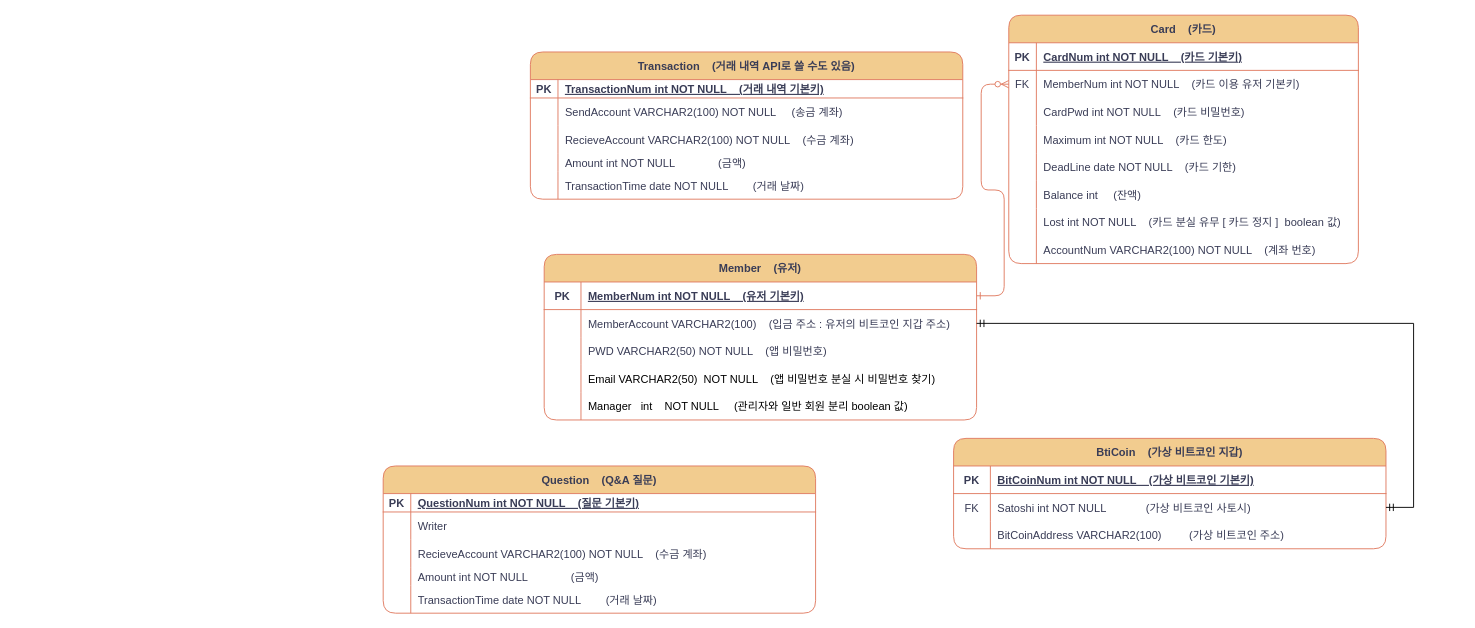
The draw.io diagram 제목 없는 다이어그램.drawio in jooooooowon/sinhan, before the edit. Source tidied: cells renumbered, new cells numbered last; positions are measured from the earlier drawing's top-left corner, leaving out a move shared by most shapes. Both pictures are drawn from the tidied source at 92%, with x=0, y=0 at pixel (383, 15).
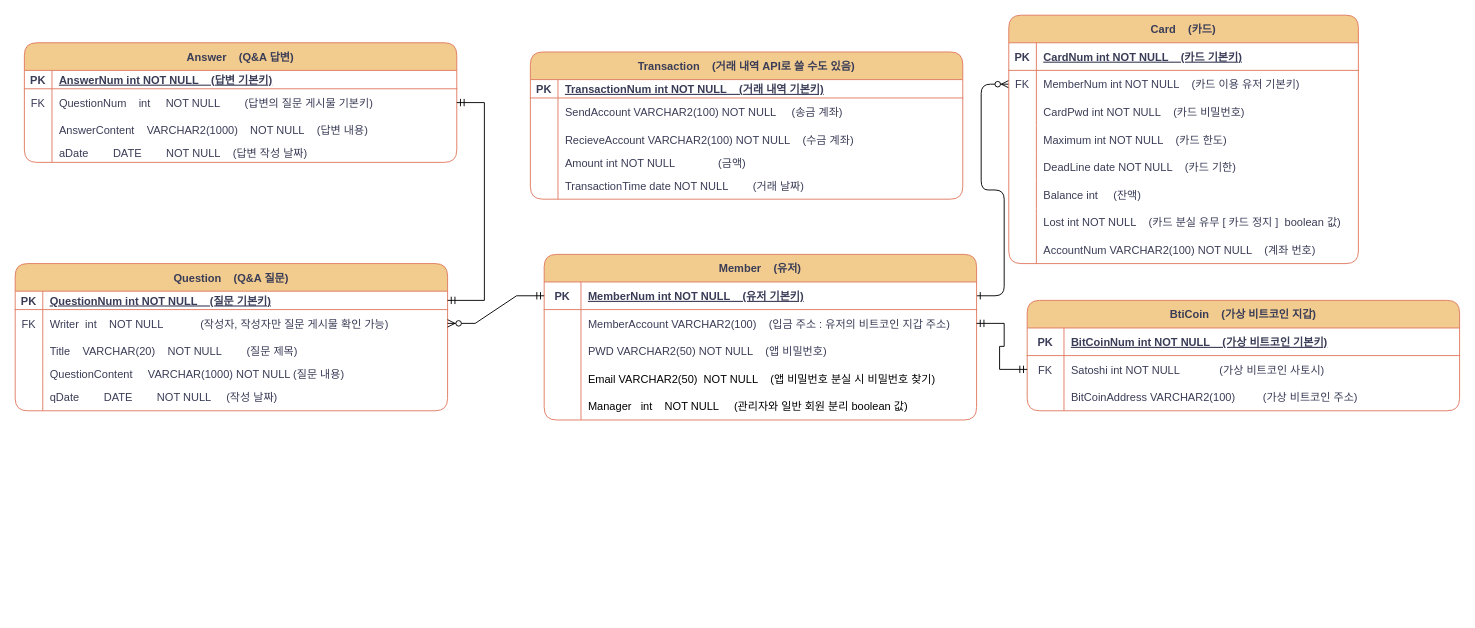
The same diagram, later.

Commit message:
신한은행 해커톤

The change refers to these unchanged cells:
```xml
<mxCell id="7" style="shape=partialRectangle;fillColor=none;points=[[0,0.5],[1,0.5]];portConstraint=eastwest;top=0;left=0;right=0;bottom=0;labelBackgroundColor=none;strokeColor=#E07A5F;fontColor=#393C56;rounded=1;" parent="3" vertex="1">
  <mxGeometry y="60" width="380" height="30" as="geometry" />
</mxCell>
<mxCell id="45" style="shape=partialRectangle;fillColor=none;points=[[0,0.5],[1,0.5]];portConstraint=eastwest;top=0;left=0;right=0;bottom=1;labelBackgroundColor=none;strokeColor=#E07A5F;fontColor=#393C56;rounded=1;" parent="44" vertex="1">
  <mxGeometry y="30" width="470" height="30" as="geometry" />
</mxCell>
<mxCell id="72" style="shape=partialRectangle;fillColor=none;points=[[0,0.5],[1,0.5]];portConstraint=eastwest;top=0;left=0;right=0;bottom=1;labelBackgroundColor=none;strokeColor=#E07A5F;fontColor=#393C56;rounded=1;" parent="71" vertex="1">
  <mxGeometry y="30" width="470" height="20" as="geometry" />
</mxCell>
<mxCell id="75" style="shape=partialRectangle;fillColor=none;points=[[0,0.5],[1,0.5]];portConstraint=eastwest;top=0;left=0;right=0;bottom=0;labelBackgroundColor=none;strokeColor=#E07A5F;fontColor=#393C56;rounded=1;" parent="71" vertex="1">
  <mxGeometry y="50" width="470" height="30" as="geometry" />
</mxCell>
<mxCell id="78" style="shape=partialRectangle;fillColor=none;top=0;left=0;right=0;bottom=0;labelBackgroundColor=none;strokeColor=#E07A5F;fontColor=#393C56;rounded=1;" parent="71" vertex="1">
  <mxGeometry y="80" width="470" height="30" as="geometry" />
</mxCell>
<mxCell id="81" style="shape=tableRow;horizontal=0;startSize=0;swimlaneHead=0;swimlaneBody=0;fillColor=none;top=0;left=0;right=0;bottom=0;labelBackgroundColor=none;strokeColor=#E07A5F;fontColor=#393C56;rounded=1;" parent="71" vertex="1">
  <mxGeometry y="110" width="470" height="20" as="geometry" />
</mxCell>
<mxCell id="84" style="shape=tableRow;horizontal=0;startSize=0;swimlaneHead=0;swimlaneBody=0;fillColor=none;top=0;left=0;right=0;bottom=0;labelBackgroundColor=none;strokeColor=#E07A5F;fontColor=#393C56;rounded=1;" parent="71" vertex="1">
  <mxGeometry y="130" width="470" height="30" as="geometry" />
</mxCell>
```

What changed in the source:
```diff
@@
-    <mxCell id="2" style="edgeStyle=entityRelationEdgeStyle;endArrow=ERzeroToMany;startArrow=ERone;endFill=1;startFill=0;labelBackgroundColor=none;strokeColor=#E07A5F;fontColor=default;" parent="1" edge="1" source="45" target="7">
+    <mxCell id="2" style="edgeStyle=entityRelationEdgeStyle;endArrow=ERzeroToMany;startArrow=ERone;endFill=1;startFill=0;labelBackgroundColor=none;strokeColor=#000000;fontColor=default;" parent="1" edge="1" source="45" target="7">
       <mxGeometry relative="1" as="geometry" />
     </mxCell>
@@
     <mxCell id="60" value="BtiCoin    (가상 비트코인 지갑)" style="shape=table;startSize=30;childLayout=tableLayout;rowLines=0;fontStyle=1;align=center;labelBackgroundColor=none;fillColor=#F2CC8F;strokeColor=#E07A5F;fontColor=#393C56;rounded=1;" parent="1" vertex="1">
-      <mxGeometry x="620" y="460" width="470" height="120" as="geometry" />
+      <mxGeometry x="700" y="310" width="470" height="120" as="geometry" />
     </mxCell>
@@
     <mxCell id="71" value="Question    (Q&amp;A 질문)" style="shape=table;startSize=30;childLayout=tableLayout;rowLines=0;fontStyle=1;align=center;labelBackgroundColor=none;fillColor=#F2CC8F;strokeColor=#E07A5F;fontColor=#393C56;rounded=1;" parent="1" vertex="1">
-      <mxGeometry y="490" width="470" height="160" as="geometry" />
+      <mxGeometry x="-400" y="270" width="470" height="160" as="geometry" />
     </mxCell>
@@
-    <mxCell id="76" style="shape=partialRectangle;overflow=hidden;fillColor=none;top=0;left=0;bottom=0;right=0;labelBackgroundColor=none;strokeColor=#E07A5F;fontColor=#393C56;rounded=1;" parent="75" vertex="1">
+    <mxCell id="76" value="FK" style="shape=partialRectangle;overflow=hidden;fillColor=none;top=0;left=0;bottom=0;right=0;labelBackgroundColor=none;strokeColor=#E07A5F;fontColor=#393C56;rounded=1;" parent="75" vertex="1">
       <mxGeometry width="30" height="30" as="geometry" />
     </mxCell>
-    <mxCell id="77" value="Writer" style="shape=partialRectangle;overflow=hidden;fillColor=none;top=0;left=0;bottom=0;right=0;align=left;spacingLeft=6;labelBackgroundColor=none;strokeColor=#E07A5F;fontColor=#393C56;rounded=1;" parent="75" vertex="1">
+    <mxCell id="77" value="Writer  int    NOT NULL            (작성자, 작성자만 질문 게시물 확인 가능)" style="shape=partialRectangle;overflow=hidden;fillColor=none;top=0;left=0;bottom=0;right=0;align=left;spacingLeft=6;labelBackgroundColor=none;strokeColor=#E07A5F;fontColor=#393C56;rounded=1;" parent="75" vertex="1">
       <mxGeometry x="30" width="440" height="30" as="geometry" />
     </mxCell>
@@
-    <mxCell id="80" value="RecieveAccount VARCHAR2(100) NOT NULL    (수금 계좌)" style="shape=partialRectangle;overflow=hidden;fillColor=none;top=0;left=0;bottom=0;right=0;align=left;spacingLeft=6;labelBackgroundColor=none;strokeColor=#E07A5F;fontColor=#393C56;rounded=1;" parent="78" vertex="1">
+    <mxCell id="80" value="Title    VARCHAR(20)    NOT NULL        (질문 제목)" style="shape=partialRectangle;overflow=hidden;fillColor=none;top=0;left=0;bottom=0;right=0;align=left;spacingLeft=6;labelBackgroundColor=none;strokeColor=#E07A5F;fontColor=#393C56;rounded=1;" parent="78" vertex="1">
       <mxGeometry x="30" width="440" height="30" as="geometry" />
     </mxCell>
@@
-    <mxCell id="83" value="Amount int NOT NULL              (금액)" style="shape=partialRectangle;fillColor=none;top=0;left=0;bottom=0;right=0;align=left;spacingLeft=6;overflow=hidden;labelBackgroundColor=none;strokeColor=#E07A5F;fontColor=#393C56;rounded=1;" parent="81" vertex="1">
+    <mxCell id="83" value="QuestionContent     VARCHAR(1000) NOT NULL (질문 내용)" style="shape=partialRectangle;fillColor=none;top=0;left=0;bottom=0;right=0;align=left;spacingLeft=6;overflow=hidden;labelBackgroundColor=none;strokeColor=#E07A5F;fontColor=#393C56;rounded=1;" parent="81" vertex="1">
       <mxGeometry x="30" width="440" height="20" as="geometry" />
     </mxCell>
@@
-    <mxCell id="86" value="TransactionTime date NOT NULL        (거래 날짜)" style="shape=partialRectangle;fillColor=none;top=0;left=0;bottom=0;right=0;align=left;spacingLeft=6;overflow=hidden;labelBackgroundColor=none;strokeColor=#E07A5F;fontColor=#393C56;rounded=1;" parent="84" vertex="1">
+    <mxCell id="86" value="qDate        DATE        NOT NULL     (작성 날짜)" style="shape=partialRectangle;fillColor=none;top=0;left=0;bottom=0;right=0;align=left;spacingLeft=6;overflow=hidden;labelBackgroundColor=none;strokeColor=#E07A5F;fontColor=#393C56;rounded=1;" parent="84" vertex="1">
       <mxGeometry x="30" width="440" height="30" as="geometry" />
     </mxCell>
+    <mxCell id="87" style="edgeStyle=entityRelationEdgeStyle;fontSize=12;html=1;endArrow=ERzeroToMany;startArrow=ERmandOne;rounded=0;entryX=1;entryY=0.5;entryDx=0;entryDy=0;exitX=0;exitY=0.5;exitDx=0;exitDy=0;" parent="1" edge="1" source="45" target="75">
+      <mxGeometry relative="1" as="geometry" />
+    </mxCell>
+    <mxCell id="88" value="Answer    (Q&amp;A 답변)" style="shape=table;startSize=30;childLayout=tableLayout;rowLines=0;fontStyle=1;align=center;labelBackgroundColor=none;fillColor=#F2CC8F;strokeColor=#E07A5F;fontColor=#393C56;rounded=1;" parent="1" vertex="1">
+      <mxGeometry x="-390" y="30" width="470" height="130" as="geometry" />
+    </mxCell>
+    <mxCell id="89" style="shape=partialRectangle;fillColor=none;top=0;left=0;right=0;bottom=1;labelBackgroundColor=none;strokeColor=#E07A5F;fontColor=#393C56;rounded=1;" parent="88" vertex="1">
+      <mxGeometry y="30" width="470" height="20" as="geometry" />
+    </mxCell>
+    <mxCell id="90" value="PK" style="shape=partialRectangle;overflow=hidden;fillColor=none;top=0;left=0;bottom=0;right=0;fontStyle=1;labelBackgroundColor=none;strokeColor=#E07A5F;fontColor=#393C56;rounded=1;" parent="89" vertex="1">
+      <mxGeometry width="30" height="20" as="geometry" />
+    </mxCell>
+    <mxCell id="91" value="AnswerNum int NOT NULL    (답변 기본키)" style="shape=partialRectangle;overflow=hidden;fillColor=none;top=0;left=0;bottom=0;right=0;align=left;spacingLeft=6;fontStyle=5;labelBackgroundColor=none;strokeColor=#E07A5F;fontColor=#393C56;rounded=1;" parent="89" vertex="1">
+      <mxGeometry x="30" width="440" height="20" as="geometry" />
+    </mxCell>
+    <mxCell id="92" style="shape=partialRectangle;fillColor=none;points=[[0,0.5],[1,0.5]];portConstraint=eastwest;top=0;left=0;right=0;bottom=0;labelBackgroundColor=none;strokeColor=#E07A5F;fontColor=#393C56;rounded=1;" parent="88" vertex="1">
+      <mxGeometry y="50" width="470" height="30" as="geometry" />
+    </mxCell>
+    <mxCell id="93" value="FK" style="shape=partialRectangle;overflow=hidden;fillColor=none;top=0;left=0;bottom=0;right=0;labelBackgroundColor=none;strokeColor=#E07A5F;fontColor=#393C56;rounded=1;" parent="92" vertex="1">
+      <mxGeometry width="30" height="30" as="geometry" />
+    </mxCell>
+    <mxCell id="94" value="QuestionNum    int     NOT NULL        (답변의 질문 게시물 기본키)" style="shape=partialRectangle;overflow=hidden;fillColor=none;top=0;left=0;bottom=0;right=0;align=left;spacingLeft=6;labelBackgroundColor=none;strokeColor=#E07A5F;fontColor=#393C56;rounded=1;" parent="92" vertex="1">
+      <mxGeometry x="30" width="440" height="30" as="geometry" />
+    </mxCell>
+    <mxCell id="95" style="shape=partialRectangle;fillColor=none;top=0;left=0;right=0;bottom=0;labelBackgroundColor=none;strokeColor=#E07A5F;fontColor=#393C56;rounded=1;" parent="88" vertex="1">
+      <mxGeometry y="80" width="470" height="30" as="geometry" />
+    </mxCell>
+    <mxCell id="96" style="shape=partialRectangle;overflow=hidden;fillColor=none;top=0;left=0;bottom=0;right=0;labelBackgroundColor=none;strokeColor=#E07A5F;fontColor=#393C56;rounded=1;" parent="95" vertex="1">
+      <mxGeometry width="30" height="30" as="geometry" />
+    </mxCell>
+    <mxCell id="97" value="AnswerContent    VARCHAR2(1000)    NOT NULL    (답변 내용) " style="shape=partialRectangle;overflow=hidden;fillColor=none;top=0;left=0;bottom=0;right=0;align=left;spacingLeft=6;labelBackgroundColor=none;strokeColor=#E07A5F;fontColor=#393C56;rounded=1;" parent="95" vertex="1">
+      <mxGeometry x="30" width="440" height="30" as="geometry" />
+    </mxCell>
+    <mxCell id="98" style="shape=tableRow;horizontal=0;startSize=0;swimlaneHead=0;swimlaneBody=0;fillColor=none;top=0;left=0;right=0;bottom=0;labelBackgroundColor=none;strokeColor=#E07A5F;fontColor=#393C56;rounded=1;" parent="88" vertex="1">
+      <mxGeometry y="110" width="470" height="20" as="geometry" />
+    </mxCell>
+    <mxCell id="99" style="shape=partialRectangle;fillColor=none;top=0;left=0;bottom=0;right=0;overflow=hidden;labelBackgroundColor=none;strokeColor=#E07A5F;fontColor=#393C56;rounded=1;" parent="98" vertex="1">
+      <mxGeometry width="30" height="20" as="geometry" />
+    </mxCell>
+    <mxCell id="100" value="aDate        DATE        NOT NULL    (답변 작성 날짜)" style="shape=partialRectangle;fillColor=none;top=0;left=0;bottom=0;right=0;align=left;spacingLeft=6;overflow=hidden;labelBackgroundColor=none;strokeColor=#E07A5F;fontColor=#393C56;rounded=1;" parent="98" vertex="1">
+      <mxGeometry x="30" width="440" height="20" as="geometry" />
+    </mxCell>
+    <mxCell id="101" style="edgeStyle=entityRelationEdgeStyle;fontSize=12;html=1;endArrow=ERmandOne;startArrow=ERmandOne;rounded=0;" parent="1" edge="1" source="92" target="72">
+      <mxGeometry relative="1" as="geometry" />
+    </mxCell>
```
